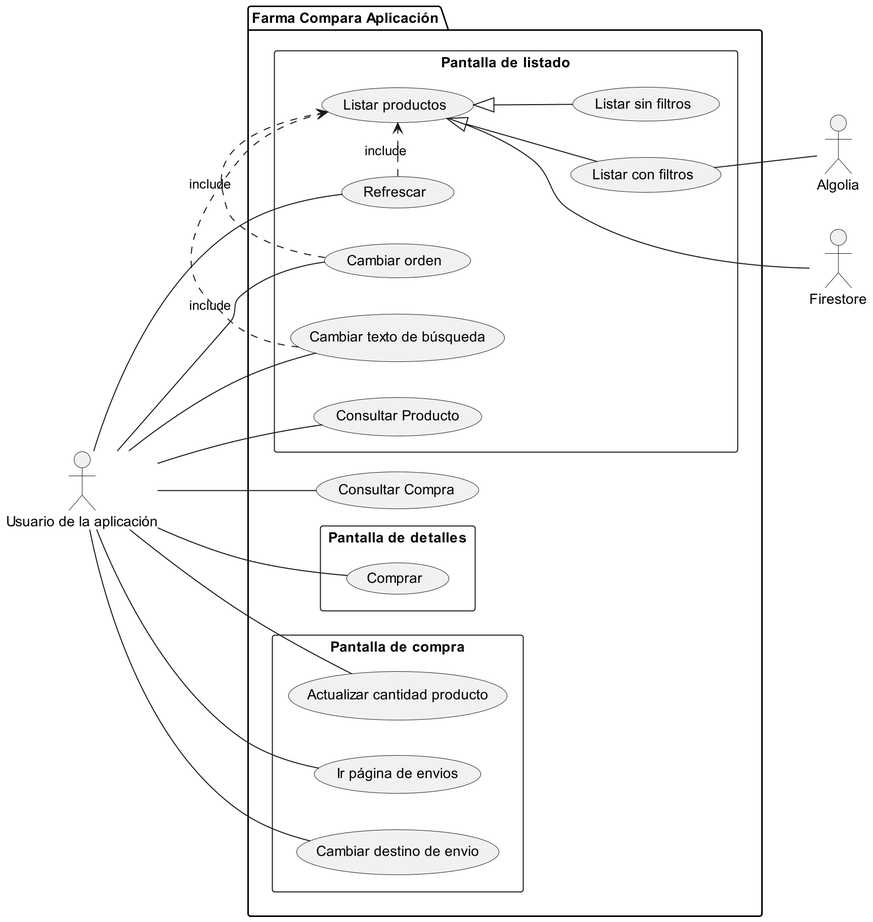
Cavitedev/FarmaCompara keeps this PlantUML diagram as out/docs/uml/casos_de_uso_app/casos_de_uso_app.png. Above is the earlier version.
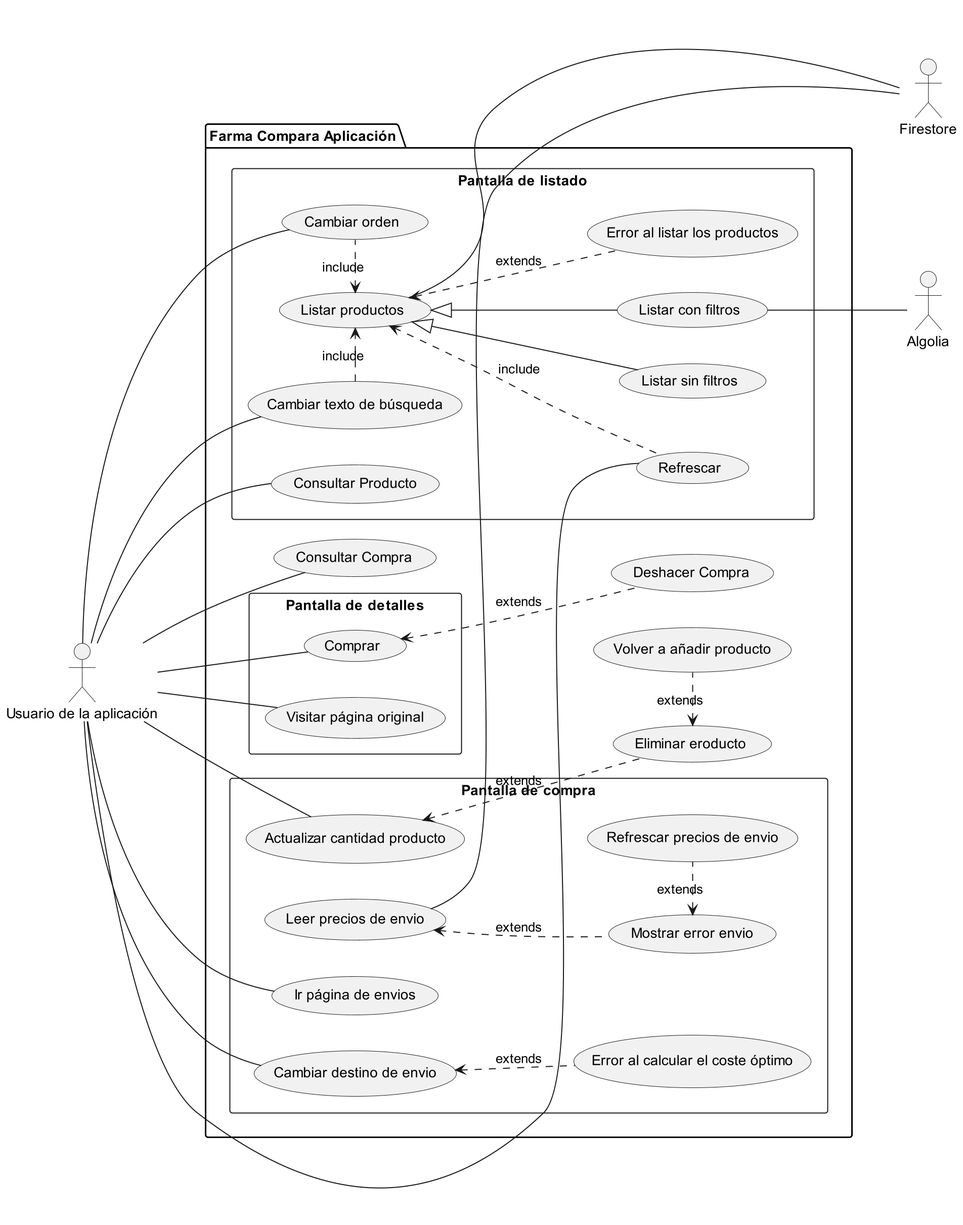
The same diagram one commit later.

Commit message:
docs: :memo: #17 Añadir casos de uso a la aplicación móvil

Change to the diagram source:
```diff
@@ -2,11 +2,13 @@
 scale 2
 left to right direction
 
+actor Usuario as "Usuario de la aplicación"
 
-actor Usuario as "Usuario de la aplicación"
+
+actor Algolia
 actor Firebase as "Firestore"
 
-actor Algolia
+
 
 
 package App as "Farma Compara Aplicación"{
@@ -21,18 +23,32 @@
         usecase ListarSinFiltros as "Listar sin filtros"
         usecase ListarConFiltros as "Listar con filtros"
 
+        usecase ErrorListado as "Error al listar los productos"
+
         usecase ConsultarProducto as "Consultar Producto"
     }
 
     rectangle Detalles as "Pantalla de detalles"{
         usecase Comprar
+        usecase Visitar_Pagina as "Visitar página original"
     }
+    usecase DeshacerCompra as "Deshacer Compra"
+
 
     rectangle Compra as "Pantalla de compra"{
         usecase ActualizarCantidad as "Actualizar cantidad producto"
         usecase IrPaginaEnvios as "Ir página de envios"
         usecase CambiarEnvio as "Cambiar destino de envio"
+        usecase LeerPreciosDeEnvio as "Leer precios de envio"
+
+        usecase MotrarErrorEnvio as "Mostrar error envio"
+        usecase RefrescarPreciosEnvio as "Refrescar precios de envio"
+
+        usecase ErrorCalculoPrecio as "Error al calcular el coste óptimo"
     }
+
+    usecase EliminarProducto as "Eliminar eroducto"
+    usecase VolverAAñadir as "Volver a añadir producto"
 
     usecase ConsultarCompra as "Consultar Compra"
 
@@ -49,18 +65,29 @@
 Usuario -- ActualizarCantidad
 Usuario -- IrPaginaEnvios
 Usuario -- CambiarEnvio
-
-Refrescar .> ListarProductos : include
-OrdenProd .> ListarProductos : include
-BusquedaTexto .> ListarProductos : include
+Usuario -- Visitar_Pagina
 
 
+ListarProductos --- Firebase
+LeerPreciosDeEnvio -- Firebase
+ListarConFiltros -- Algolia
+
+Refrescar .up.> ListarProductos : include
+OrdenProd .left.> ListarProductos : include
+BusquedaTexto .> ListarProductos : include
+ListarProductos <.. ErrorListado : extends
+
+Comprar <.. DeshacerCompra : extends
+ActualizarCantidad <.. EliminarProducto : extends
+EliminarProducto <. VolverAAñadir : extends
+
+LeerPreciosDeEnvio <.. MotrarErrorEnvio : extends
+MotrarErrorEnvio <. RefrescarPreciosEnvio : extends
+CambiarEnvio <.. ErrorCalculoPrecio : extends
 
 ListarProductos <|-- ListarSinFiltros
 ListarProductos <|-- ListarConFiltros
 
-ListarProductos --- Firebase
-ListarConFiltros -- Algolia
 
 
 
```
